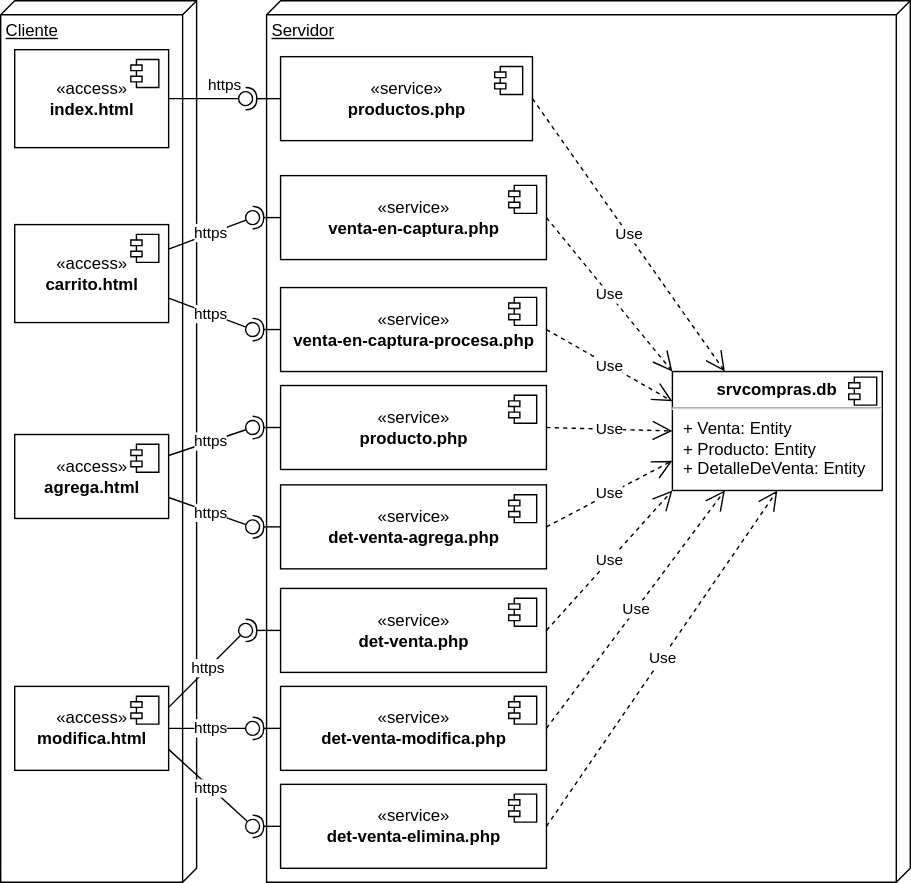
Earlier version of the draw.io export docs/img/m21compras/comprasdeploy.drawio.svg (gilpgawoas/gilpgawoas.github.io). Source tidied: cells renumbered, new cells last; positions are measured from the earlier drawing's top-left corner, leaving out a move shared by most shapes.
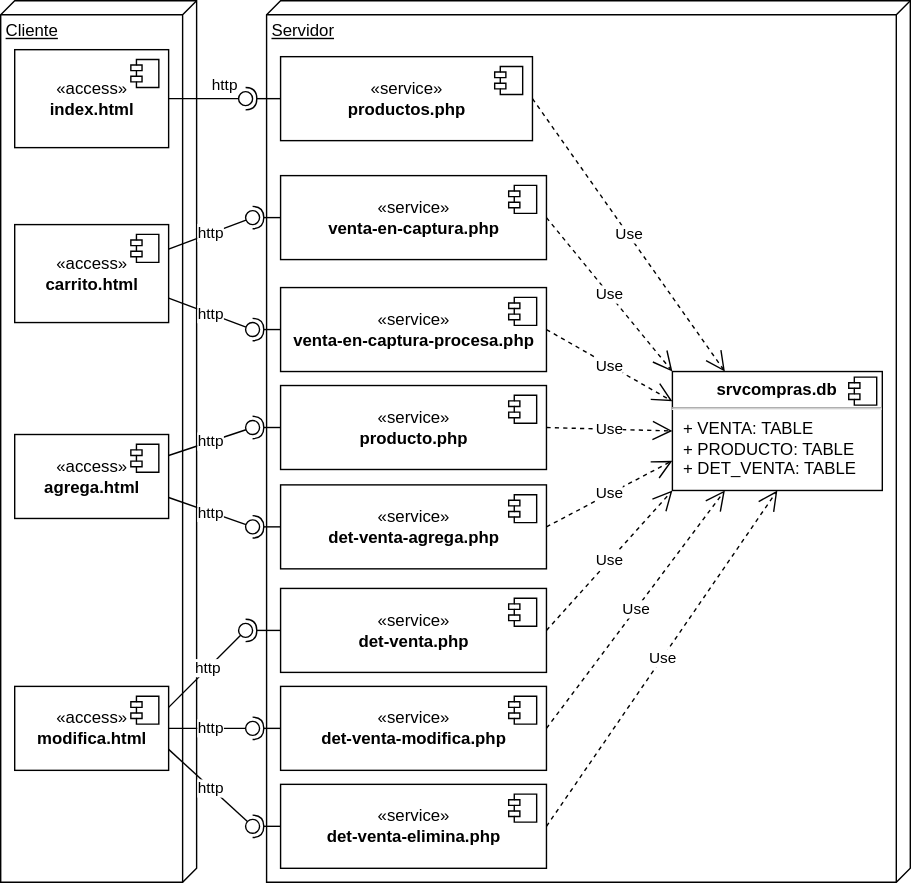
Above is the later version.

What changed in the source:
```diff
@@ -30,7 +30,7 @@
     <mxCell id="9" value="Use" style="endArrow=open;endSize=12;dashed=1;html=1;rounded=0;entryX=0;entryY=1;entryDx=0;entryDy=0;exitX=1;exitY=0.5;exitDx=0;exitDy=0;" parent="1" edge="1" source="24" target="10">
       <mxGeometry relative="1" as="geometry" />
     </mxCell>
-    <mxCell id="10" value="&lt;p style=&quot;margin:0px;margin-top:6px;text-align:center;&quot;&gt;&lt;b&gt;srvcompras.db&lt;/b&gt;&lt;/p&gt;&lt;hr&gt;&lt;p style=&quot;margin:0px;margin-left:8px;&quot;&gt;+ Venta: Entity&lt;/p&gt;&lt;p style=&quot;margin:0px;margin-left:8px;&quot;&gt;+ Producto: Entity&lt;/p&gt;&lt;p style=&quot;margin:0px;margin-left:8px;&quot;&gt;+ DetalleDeVenta: Entity&lt;/p&gt;" style="align=left;overflow=fill;html=1;" parent="1" vertex="1">
+    <mxCell id="10" value="&lt;p style=&quot;margin:0px;margin-top:6px;text-align:center;&quot;&gt;&lt;b&gt;srvcompras.db&lt;/b&gt;&lt;/p&gt;&lt;hr&gt;&lt;p style=&quot;margin:0px;margin-left:8px;&quot;&gt;+ VENTA: TABLE&lt;/p&gt;&lt;p style=&quot;margin:0px;margin-left:8px;&quot;&gt;+ PRODUCTO: TABLE&lt;/p&gt;&lt;p style=&quot;margin:0px;margin-left:8px;&quot;&gt;+ DET_VENTA: TABLE&lt;/p&gt;" style="align=left;overflow=fill;html=1;" parent="1" vertex="1">
       <mxGeometry x="480" y="265" width="150" height="85" as="geometry" />
     </mxCell>
     <mxCell id="11" style="shape=component;jettyWidth=8;jettyHeight=4;" parent="10" vertex="1">
@@ -101,7 +101,7 @@
         <mxPoint x="170" y="430" as="targetPoint" />
       </mxGeometry>
     </mxCell>
-    <mxCell id="28" value="https" style="rounded=0;jettySize=auto;html=1;endArrow=none;endFill=0;sketch=0;sourcePerimeterSpacing=0;targetPerimeterSpacing=0;exitX=1;exitY=0.5;exitDx=0;exitDy=0;" parent="1" edge="1" source="3" target="30">
+    <mxCell id="28" value="http" style="rounded=0;jettySize=auto;html=1;endArrow=none;endFill=0;sketch=0;sourcePerimeterSpacing=0;targetPerimeterSpacing=0;exitX=1;exitY=0.5;exitDx=0;exitDy=0;" parent="1" edge="1" source="3" target="30">
       <mxGeometry x="0.6" y="10" relative="1" as="geometry" />
     </mxCell>
     <mxCell id="29" style="rounded=0;jettySize=auto;html=1;endArrow=halfCircle;endFill=0;entryX=0.5;entryY=0.5;endSize=6;strokeWidth=1;sketch=0;exitX=0;exitY=0.5;exitDx=0;exitDy=0;" parent="1" edge="1" source="6" target="30">
@@ -149,7 +149,7 @@
         <mxPoint x="200" y="155" as="sourcePoint" />
       </mxGeometry>
     </mxCell>
-    <mxCell id="42" value="https" style="rounded=0;jettySize=auto;html=1;endArrow=oval;endFill=0;sketch=0;sourcePerimeterSpacing=0;targetPerimeterSpacing=0;endSize=10;exitX=1;exitY=0.25;exitDx=0;exitDy=0;" parent="1" edge="1" source="39" target="43">
+    <mxCell id="42" value="http" style="rounded=0;jettySize=auto;html=1;endArrow=oval;endFill=0;sketch=0;sourcePerimeterSpacing=0;targetPerimeterSpacing=0;endSize=10;exitX=1;exitY=0.25;exitDx=0;exitDy=0;" parent="1" edge="1" source="39" target="43">
       <mxGeometry relative="1" as="geometry" />
     </mxCell>
     <mxCell id="43" style="ellipse;whiteSpace=wrap;html=1;align=center;fillColor=none;strokeColor=none;perimeter=centerPerimeter;points=[];outlineConnect=1;" parent="1" vertex="1">
@@ -160,7 +160,7 @@
         <mxPoint x="200" y="235" as="sourcePoint" />
       </mxGeometry>
     </mxCell>
-    <mxCell id="45" value="https" style="rounded=0;jettySize=auto;html=1;endArrow=oval;endFill=0;sketch=0;sourcePerimeterSpacing=0;targetPerimeterSpacing=0;endSize=10;exitX=1;exitY=0.75;exitDx=0;exitDy=0;" parent="1" edge="1" source="39" target="46">
+    <mxCell id="45" value="http" style="rounded=0;jettySize=auto;html=1;endArrow=oval;endFill=0;sketch=0;sourcePerimeterSpacing=0;targetPerimeterSpacing=0;endSize=10;exitX=1;exitY=0.75;exitDx=0;exitDy=0;" parent="1" edge="1" source="39" target="46">
       <mxGeometry relative="1" as="geometry" />
     </mxCell>
     <mxCell id="46" style="ellipse;whiteSpace=wrap;html=1;align=center;fillColor=none;strokeColor=none;perimeter=centerPerimeter;points=[];outlineConnect=1;" parent="1" vertex="1">
@@ -171,7 +171,7 @@
         <mxPoint x="200" y="305" as="sourcePoint" />
       </mxGeometry>
     </mxCell>
-    <mxCell id="48" value="https" style="rounded=0;jettySize=auto;html=1;endArrow=oval;endFill=0;sketch=0;sourcePerimeterSpacing=0;targetPerimeterSpacing=0;endSize=10;exitX=1;exitY=0.25;exitDx=0;exitDy=0;" parent="1" edge="1" source="14" target="49">
+    <mxCell id="48" value="http" style="rounded=0;jettySize=auto;html=1;endArrow=oval;endFill=0;sketch=0;sourcePerimeterSpacing=0;targetPerimeterSpacing=0;endSize=10;exitX=1;exitY=0.25;exitDx=0;exitDy=0;" parent="1" edge="1" source="14" target="49">
       <mxGeometry relative="1" as="geometry" />
     </mxCell>
     <mxCell id="49" style="ellipse;whiteSpace=wrap;html=1;align=center;fillColor=none;strokeColor=none;perimeter=centerPerimeter;points=[];outlineConnect=1;" parent="1" vertex="1">
@@ -182,7 +182,7 @@
         <mxPoint x="200" y="376" as="sourcePoint" />
       </mxGeometry>
     </mxCell>
-    <mxCell id="51" value="https" style="rounded=0;jettySize=auto;html=1;endArrow=oval;endFill=0;sketch=0;sourcePerimeterSpacing=0;targetPerimeterSpacing=0;endSize=10;exitX=1;exitY=0.75;exitDx=0;exitDy=0;" parent="1" edge="1" source="14" target="52">
+    <mxCell id="51" value="http" style="rounded=0;jettySize=auto;html=1;endArrow=oval;endFill=0;sketch=0;sourcePerimeterSpacing=0;targetPerimeterSpacing=0;endSize=10;exitX=1;exitY=0.75;exitDx=0;exitDy=0;" parent="1" edge="1" source="14" target="52">
       <mxGeometry relative="1" as="geometry" />
     </mxCell>
     <mxCell id="52" style="ellipse;whiteSpace=wrap;html=1;align=center;fillColor=none;strokeColor=none;perimeter=centerPerimeter;points=[];outlineConnect=1;" parent="1" vertex="1">
@@ -213,7 +213,7 @@
     <mxCell id="59" style="rounded=0;jettySize=auto;html=1;endArrow=halfCircle;endFill=0;endSize=6;strokeWidth=1;sketch=0;exitX=0;exitY=0.5;exitDx=0;exitDy=0;" parent="1" edge="1" source="24" target="61">
       <mxGeometry relative="1" as="geometry" />
     </mxCell>
-    <mxCell id="60" value="https" style="rounded=0;jettySize=auto;html=1;endArrow=oval;endFill=0;sketch=0;sourcePerimeterSpacing=0;targetPerimeterSpacing=0;endSize=10;exitX=1;exitY=0.25;exitDx=0;exitDy=0;" parent="1" edge="1" source="16" target="61">
+    <mxCell id="60" value="http" style="rounded=0;jettySize=auto;html=1;endArrow=oval;endFill=0;sketch=0;sourcePerimeterSpacing=0;targetPerimeterSpacing=0;endSize=10;exitX=1;exitY=0.25;exitDx=0;exitDy=0;" parent="1" edge="1" source="16" target="61">
       <mxGeometry relative="1" as="geometry" />
     </mxCell>
     <mxCell id="61" style="ellipse;whiteSpace=wrap;html=1;align=center;fillColor=none;strokeColor=none;perimeter=centerPerimeter;points=[];outlineConnect=1;" parent="1" vertex="1">
@@ -224,7 +224,7 @@
         <mxPoint x="200" y="520" as="sourcePoint" />
       </mxGeometry>
     </mxCell>
-    <mxCell id="63" value="https" style="rounded=0;jettySize=auto;html=1;endArrow=oval;endFill=0;sketch=0;sourcePerimeterSpacing=0;targetPerimeterSpacing=0;endSize=10;exitX=1;exitY=0.5;exitDx=0;exitDy=0;" parent="1" edge="1" source="16" target="64">
+    <mxCell id="63" value="http" style="rounded=0;jettySize=auto;html=1;endArrow=oval;endFill=0;sketch=0;sourcePerimeterSpacing=0;targetPerimeterSpacing=0;endSize=10;exitX=1;exitY=0.5;exitDx=0;exitDy=0;" parent="1" edge="1" source="16" target="64">
       <mxGeometry relative="1" as="geometry" />
     </mxCell>
     <mxCell id="64" style="ellipse;whiteSpace=wrap;html=1;align=center;fillColor=none;strokeColor=none;perimeter=centerPerimeter;points=[];outlineConnect=1;" parent="1" vertex="1">
@@ -235,7 +235,7 @@
         <mxPoint x="200" y="590" as="sourcePoint" />
       </mxGeometry>
     </mxCell>
-    <mxCell id="66" value="https" style="rounded=0;jettySize=auto;html=1;endArrow=oval;endFill=0;sketch=0;sourcePerimeterSpacing=0;targetPerimeterSpacing=0;endSize=10;exitX=1;exitY=0.75;exitDx=0;exitDy=0;" parent="1" edge="1" source="16" target="67">
+    <mxCell id="66" value="http" style="rounded=0;jettySize=auto;html=1;endArrow=oval;endFill=0;sketch=0;sourcePerimeterSpacing=0;targetPerimeterSpacing=0;endSize=10;exitX=1;exitY=0.75;exitDx=0;exitDy=0;" parent="1" edge="1" source="16" target="67">
       <mxGeometry relative="1" as="geometry" />
     </mxCell>
     <mxCell id="67" style="ellipse;whiteSpace=wrap;html=1;align=center;fillColor=none;strokeColor=none;perimeter=centerPerimeter;points=[];outlineConnect=1;" parent="1" vertex="1">
```
